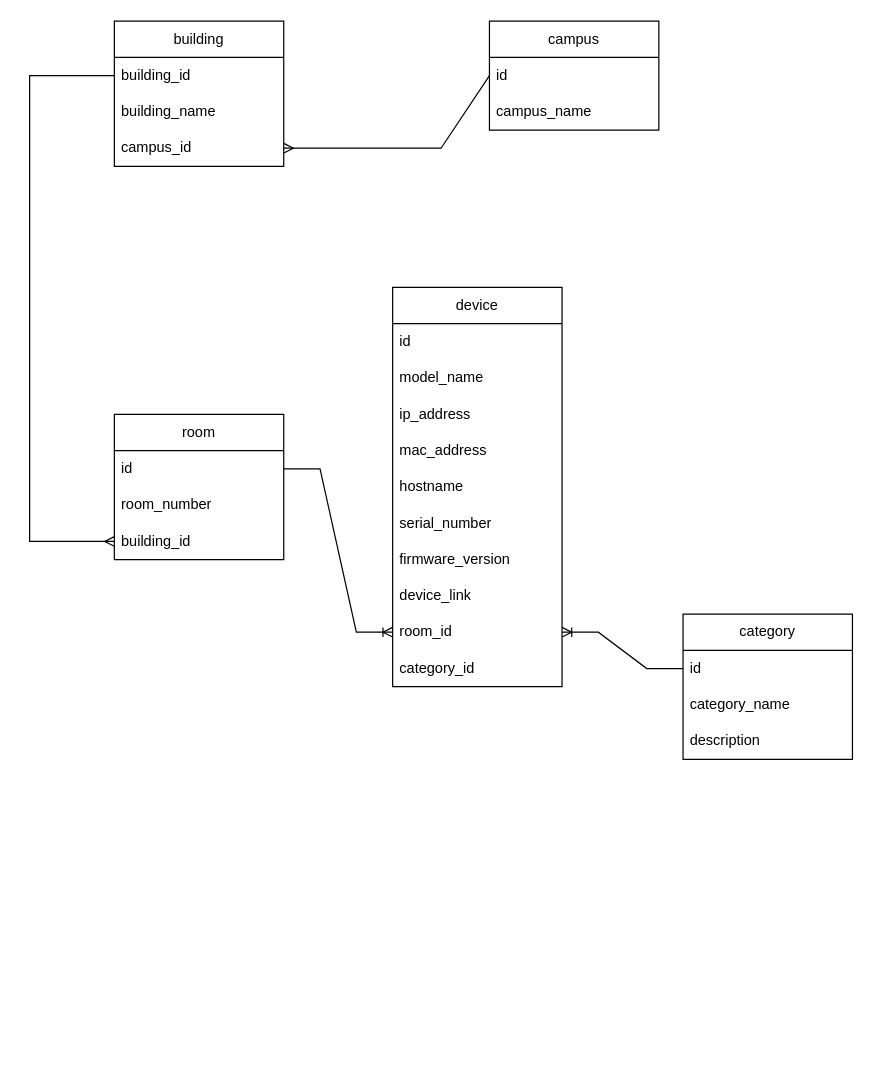
Above: AV-Tool/database_diagram.drawio in ngockmai/Real-World-Python-Projects (draw.io), before the change. Source tidied: cells renumbered, new cells numbered last; positions are measured from the earlier drawing's top-left corner, leaving out a move shared by most shapes. Both pictures are drawn from the tidied source at 121%, with x=0, y=0 at pixel (29, 21).
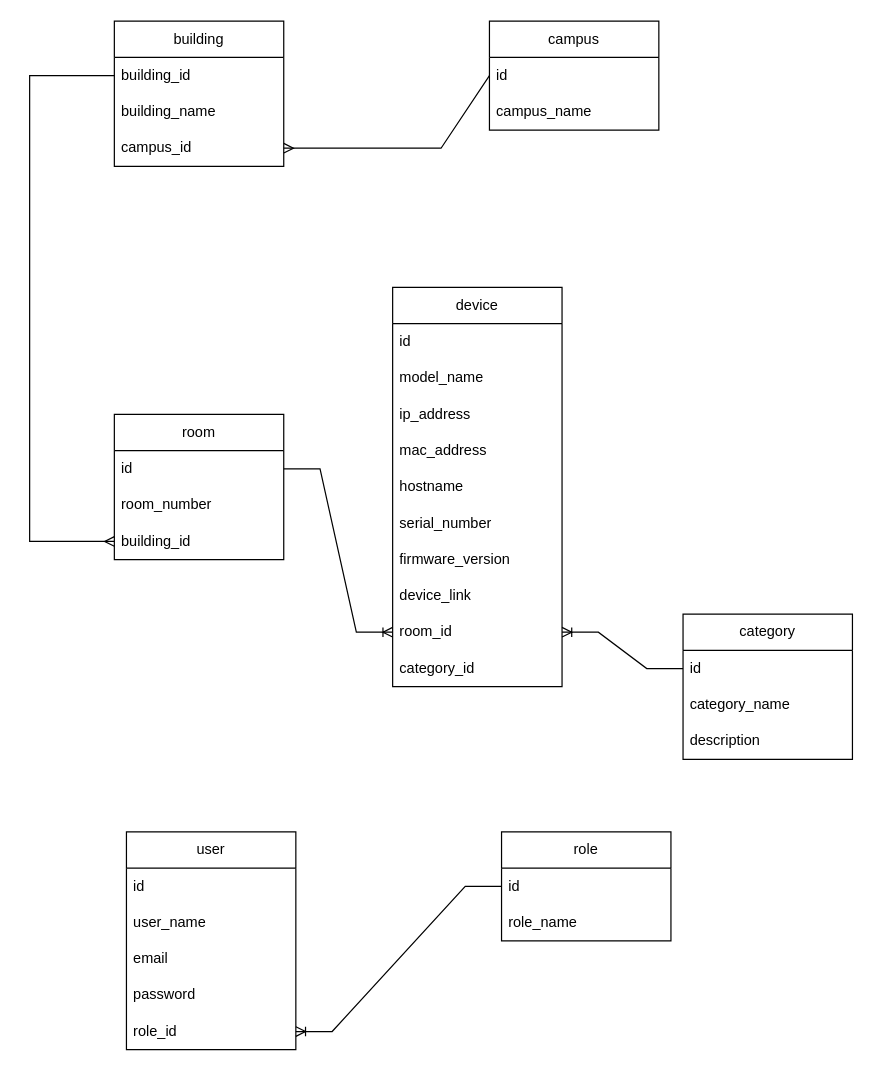
The same page after the edit.

Diff of the diagram source:
```diff
@@
+    <mxCell id="32" value="user" style="swimlane;fontStyle=0;horizontal=1;startSize=30;whiteSpace=wrap;html=1;" parent="1" vertex="1">
+      <mxGeometry x="80" y="670" width="140" height="180" as="geometry" />
+    </mxCell>
+    <mxCell id="33" value="id" style="text;strokeColor=none;fillColor=none;align=left;verticalAlign=middle;spacingLeft=4;spacingRight=4;overflow=hidden;whiteSpace=wrap;html=1;" parent="32" vertex="1">
+      <mxGeometry y="30" width="140" height="30" as="geometry" />
+    </mxCell>
+    <mxCell id="34" value="user_name" style="text;strokeColor=none;fillColor=none;align=left;verticalAlign=middle;spacingLeft=4;spacingRight=4;overflow=hidden;whiteSpace=wrap;html=1;" parent="32" vertex="1">
+      <mxGeometry y="60" width="140" height="30" as="geometry" />
+    </mxCell>
+    <mxCell id="35" value="email" style="text;strokeColor=none;fillColor=none;align=left;verticalAlign=middle;spacingLeft=4;spacingRight=4;overflow=hidden;whiteSpace=wrap;html=1;" parent="32" vertex="1">
+      <mxGeometry y="90" width="140" height="30" as="geometry" />
+    </mxCell>
+    <mxCell id="36" value="password" style="text;strokeColor=none;fillColor=none;align=left;verticalAlign=middle;spacingLeft=4;spacingRight=4;overflow=hidden;whiteSpace=wrap;html=1;" parent="32" vertex="1">
+      <mxGeometry y="120" width="140" height="30" as="geometry" />
+    </mxCell>
+    <mxCell id="37" value="role_id" style="text;strokeColor=none;fillColor=none;align=left;verticalAlign=middle;spacingLeft=4;spacingRight=4;overflow=hidden;points=[[0,0.5],[1,0.5]];portConstraint=eastwest;whiteSpace=wrap;html=1;" parent="32" vertex="1">
+      <mxGeometry y="150" width="140" height="30" as="geometry" />
+    </mxCell>
+    <mxCell id="38" value="role" style="swimlane;fontStyle=0;horizontal=1;startSize=30;whiteSpace=wrap;html=1;" parent="1" vertex="1">
+      <mxGeometry x="390" y="670" width="140" height="90" as="geometry" />
+    </mxCell>
+    <mxCell id="39" value="id" style="text;strokeColor=none;fillColor=none;align=left;verticalAlign=middle;spacingLeft=4;spacingRight=4;overflow=hidden;points=[[0,0.5],[1,0.5]];portConstraint=eastwest;whiteSpace=wrap;html=1;" parent="38" vertex="1">
+      <mxGeometry y="30" width="140" height="30" as="geometry" />
+    </mxCell>
+    <mxCell id="40" value="role_name" style="text;strokeColor=none;fillColor=none;align=left;verticalAlign=middle;spacingLeft=4;spacingRight=4;overflow=hidden;whiteSpace=wrap;html=1;" parent="38" vertex="1">
+      <mxGeometry y="60" width="140" height="30" as="geometry" />
+    </mxCell>
+    <mxCell id="41" style="edgeStyle=entityRelationEdgeStyle;fontSize=12;html=1;endArrow=ERoneToMany;rounded=0;entryX=1;entryY=0.5;entryDx=0;entryDy=0;exitX=0;exitY=0.5;exitDx=0;exitDy=0;" parent="1" edge="1" source="39" target="37">
+      <mxGeometry relative="1" as="geometry" />
+    </mxCell>
```
